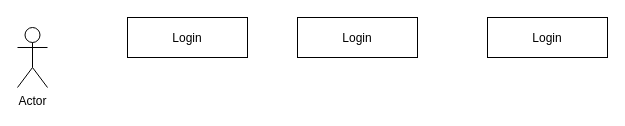
Before: DiagramaSecuencias.drawio in DarkJ-18/DiagramaClasesKamiapp, a draw.io diagram. Source tidied: cells renumbered, new cells numbered last; positions are measured from the earlier drawing's top-left corner, leaving out a move shared by most shapes. Both pictures are drawn from the tidied source at 100%, with x=0, y=0 at pixel (17, 17).
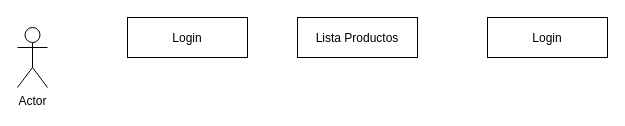
After the change.

Commit message (it also covers changes not shown here):
Cambiar nombre de valor de celda en el diagrama de secuencias

Change to the diagram source:
```diff
@@
 <mxGraphModel>
   <root>
     <mxCell id="0" />
     <mxCell id="1" parent="0" />
     <mxCell id="2" value="Actor" style="shape=umlActor;verticalLabelPosition=bottom;verticalAlign=top;html=1;" parent="1" vertex="1">
       <mxGeometry y="10" width="30" height="60" as="geometry" />
     </mxCell>
     <mxCell id="3" value="Login" style="fontStyle=0;" parent="1" vertex="1">
       <mxGeometry x="110" width="120" height="40" as="geometry" />
     </mxCell>
-    <mxCell id="4" value="Login" style="fontStyle=0;" parent="1" vertex="1">
+    <mxCell id="4" value="Lista Productos" style="fontStyle=0;" parent="1" vertex="1">
       <mxGeometry x="280" width="120" height="40" as="geometry" />
     </mxCell>
     <mxCell id="5" value="Login" style="fontStyle=0;" parent="1" vertex="1">
       <mxGeometry x="470" width="120" height="40" as="geometry" />
     </mxCell>
   </root>
 </mxGraphModel>
```
